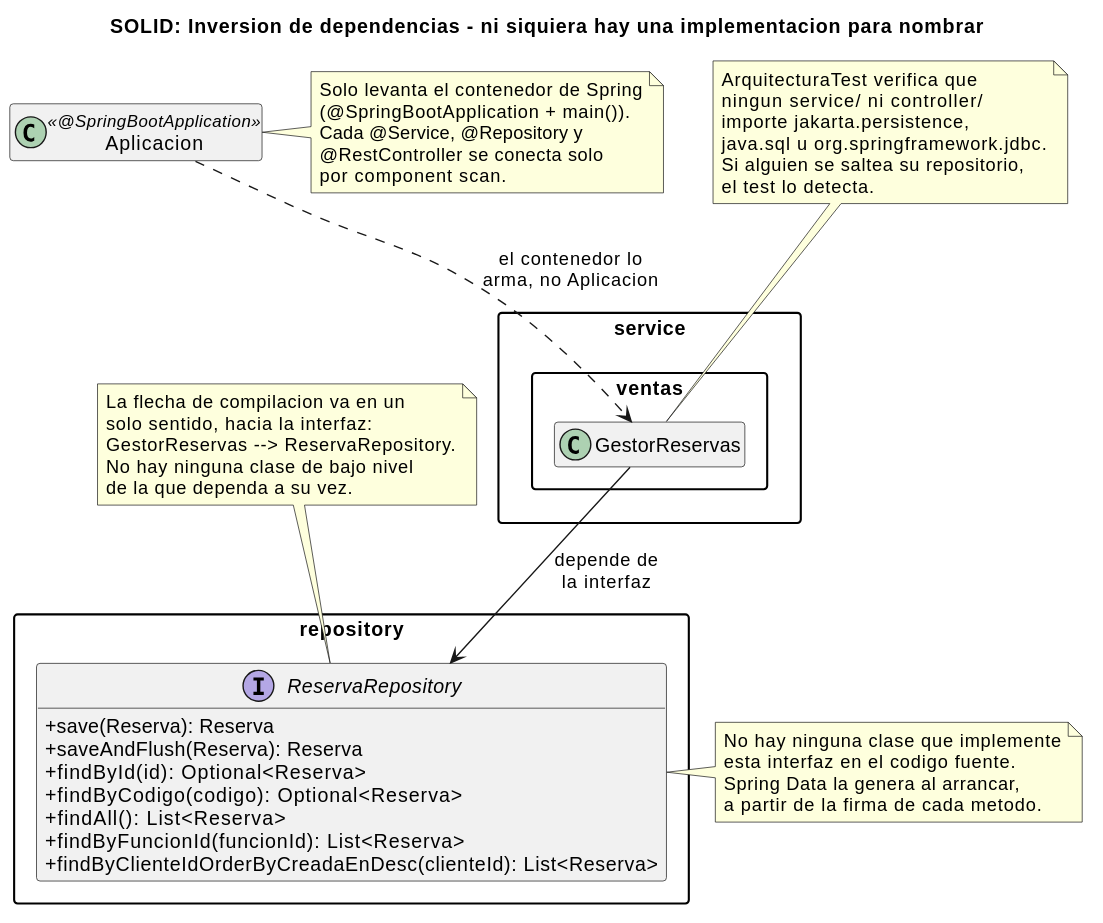
This is _other/docs/diagramas/solid-dip.svg from andreiveisuade/cine-uade, a PlantUML export, as it was before one commit. Its diagram source:
```plantuml
@startuml
title SOLID: Inversion de dependencias - ni siquiera hay una implementacion para nombrar

skinparam classAttributeIconSize 0
skinparam packageStyle rectangle
hide empty members


package "service.ventas" {
  class GestorReservas
}

package repository {
  interface ReservaRepository {
    +save(Reserva): Reserva
    +saveAndFlush(Reserva): Reserva
    +findById(id): Optional<Reserva>
    +findByCodigo(codigo): Optional<Reserva>
    +findAll(): List<Reserva>
    +findByFuncionId(funcionId): List<Reserva>
    +findByClienteIdOrderByCreadaEnDesc(clienteId): List<Reserva>
  }
}

note right of ReservaRepository
  No hay ninguna clase que implemente
  esta interfaz en el codigo fuente.
  Spring Data la genera al arrancar,
  a partir de la firma de cada metodo.
end note

class Aplicacion <<@SpringBootApplication>>

GestorReservas -down-> ReservaRepository : depende de\nla interfaz

note as N2
  ArquitecturaTest verifica que
  ningun service/ ni controller/
  importe jakarta.persistence,
  java.sql u org.springframework.jdbc.
  Si alguien se saltea su repositorio,
  el test lo detecta.
end note
N2 .. GestorReservas

note right of Aplicacion
  Solo levanta el contenedor de Spring
  (@SpringBootApplication + main()).
  Cada @Service, @Repository y
  @RestController se conecta solo
  por component scan.
end note

Aplicacion ..> GestorReservas : el contenedor lo\narma, no Aplicacion

note as N1
  La flecha de compilacion va en un
  solo sentido, hacia la interfaz:
  GestorReservas --> ReservaRepository.
  No hay ninguna clase de bajo nivel
  de la que dependa a su vez.
end note
N1 .. ReservaRepository
@enduml
```
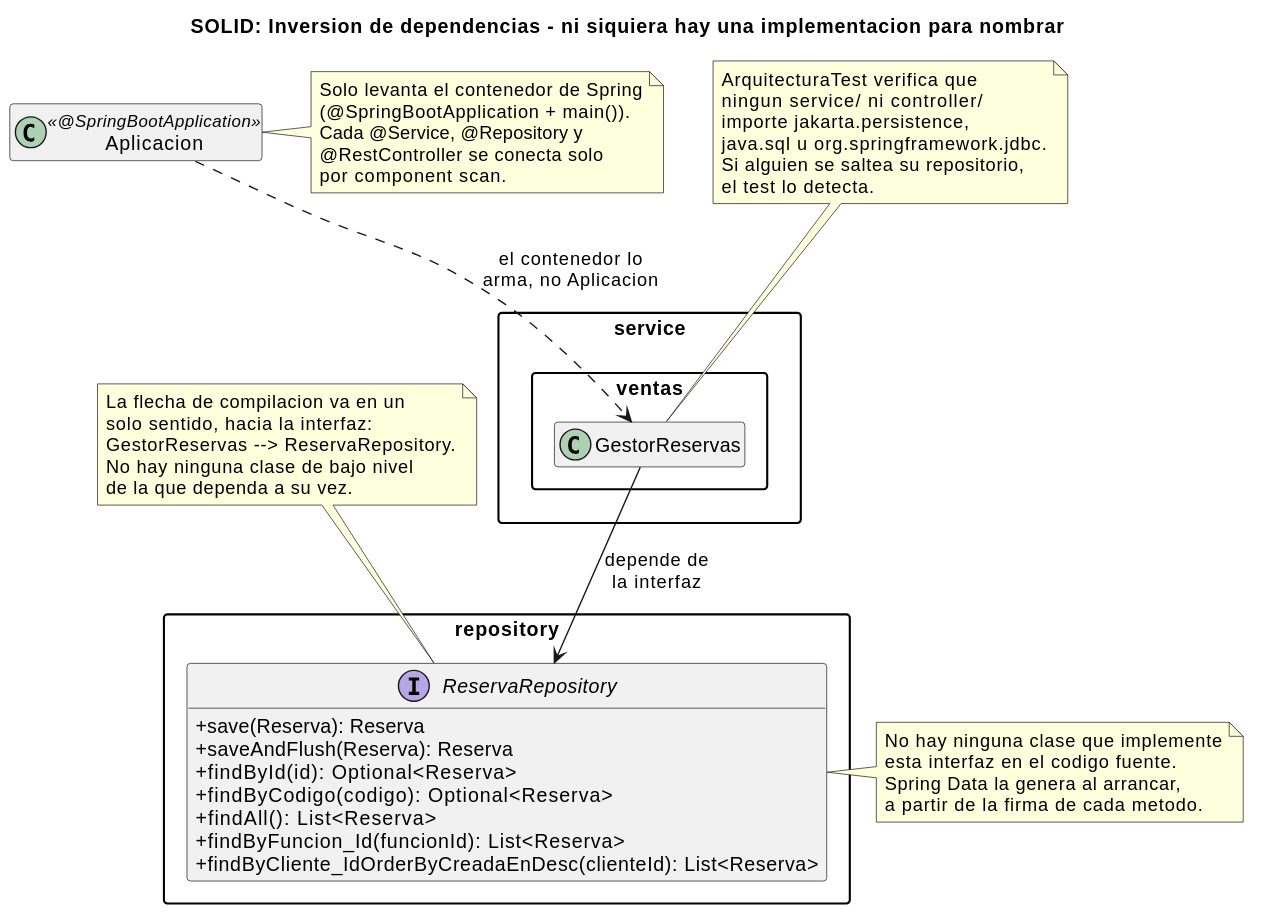
Later version of the same file.

Commit message:
docs(manual): nombres de repositorio al dia en diagramas y plan de pruebas sin hueco en la numeracion

What changed in the source:
```diff
@@ -17,8 +17,8 @@
     +findById(id): Optional<Reserva>
     +findByCodigo(codigo): Optional<Reserva>
     +findAll(): List<Reserva>
-    +findByFuncionId(funcionId): List<Reserva>
-    +findByClienteIdOrderByCreadaEnDesc(clienteId): List<Reserva>
+    +findByFuncion_Id(funcionId): List<Reserva>
+    +findByCliente_IdOrderByCreadaEnDesc(clienteId): List<Reserva>
   }
 }
 
```
